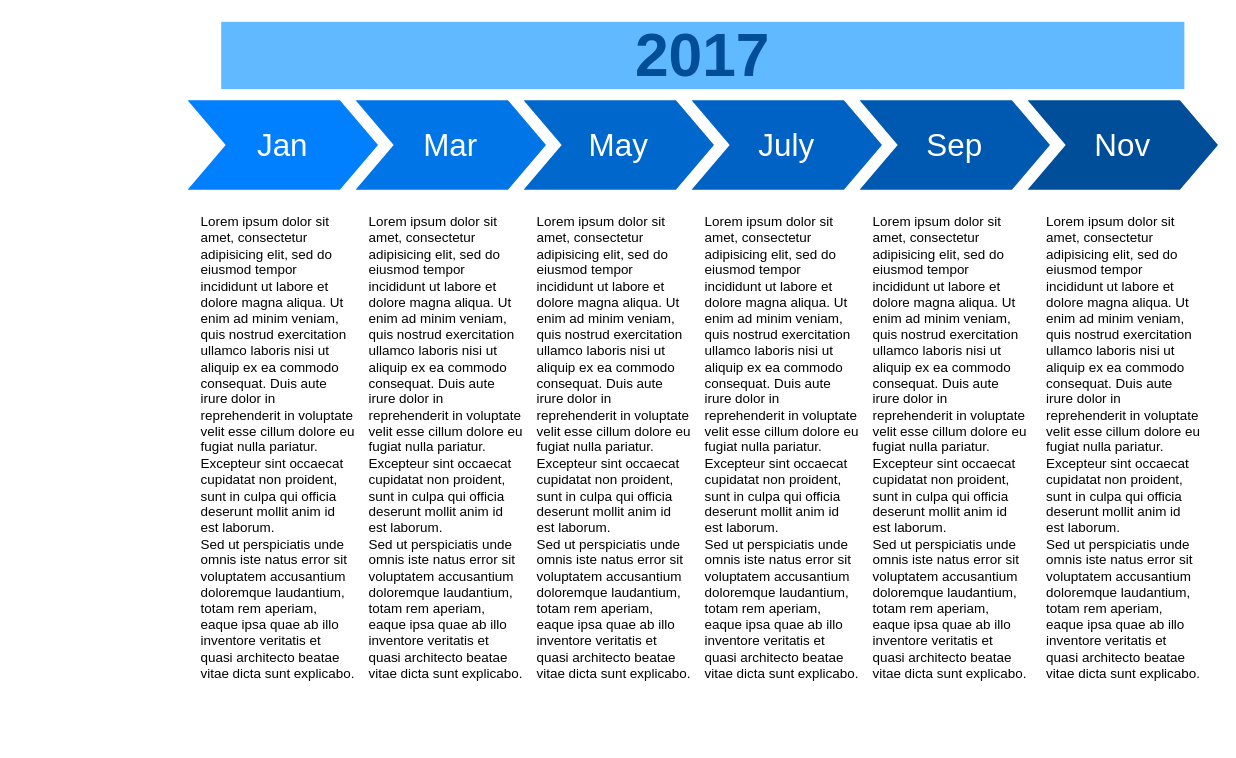
63isOK/conference_graph keeps this draw.io diagram as page "Page-1" (1 of 2) of graph/直播互动核心技术.drawio. Above is the earlier version. Source tidied: cells renumbered, new cells numbered last; positions are measured from the earlier drawing's top-left corner, leaving out a move shared by most shapes. Both pictures are drawn from the tidied source at 112%, with x=0, y=0 at pixel (187, 21).
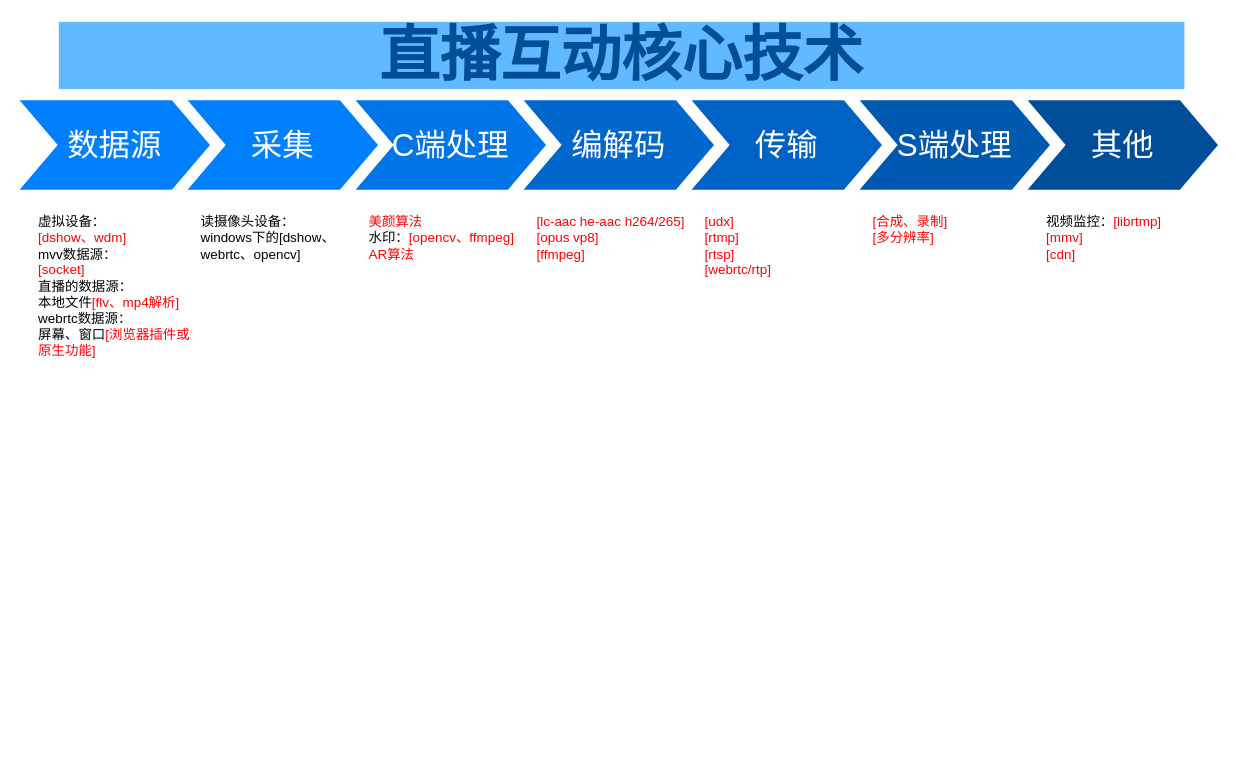
The same page after the edit.

Commit message:
更新直播互动核心技术.drawio

Change to the diagram source:
```diff
@@
 <mxGraphModel background="#ffffff">
   <root>
     <mxCell id="0" />
     <mxCell id="1" parent="0" />
-    <mxCell id="2" value="Jan" style="shape=step;whiteSpace=wrap;html=1;fontSize=28;fillColor=#0080FF;fontColor=#FFFFFF;strokeColor=none;" parent="1" vertex="1">
+    <mxCell id="2" value="采集" style="shape=step;whiteSpace=wrap;html=1;fontSize=28;fillColor=#0080FF;fontColor=#FFFFFF;strokeColor=none;" parent="1" vertex="1">
       <mxGeometry y="70" width="170" height="80" as="geometry" />
     </mxCell>
-    <mxCell id="3" value="Mar" style="shape=step;whiteSpace=wrap;html=1;fontSize=28;fillColor=#0075E8;fontColor=#FFFFFF;strokeColor=none;" parent="1" vertex="1">
+    <mxCell id="3" value="C端处理" style="shape=step;whiteSpace=wrap;html=1;fontSize=28;fillColor=#0075E8;fontColor=#FFFFFF;strokeColor=none;" parent="1" vertex="1">
       <mxGeometry x="150" y="70" width="170" height="80" as="geometry" />
     </mxCell>
-    <mxCell id="4" value="May" style="shape=step;whiteSpace=wrap;html=1;fontSize=28;fillColor=#0067CC;fontColor=#FFFFFF;strokeColor=none;" parent="1" vertex="1">
+    <mxCell id="4" value="编解码" style="shape=step;whiteSpace=wrap;html=1;fontSize=28;fillColor=#0067CC;fontColor=#FFFFFF;strokeColor=none;" parent="1" vertex="1">
       <mxGeometry x="300" y="70" width="170" height="80" as="geometry" />
     </mxCell>
-    <mxCell id="5" value="July" style="shape=step;whiteSpace=wrap;html=1;fontSize=28;fillColor=#0062C4;fontColor=#FFFFFF;strokeColor=none;" parent="1" vertex="1">
+    <mxCell id="5" value="传输" style="shape=step;whiteSpace=wrap;html=1;fontSize=28;fillColor=#0062C4;fontColor=#FFFFFF;strokeColor=none;" parent="1" vertex="1">
       <mxGeometry x="450" y="70" width="170" height="80" as="geometry" />
     </mxCell>
-    <mxCell id="6" value="Sep" style="shape=step;whiteSpace=wrap;html=1;fontSize=28;fillColor=#0059B0;fontColor=#FFFFFF;strokeColor=none;" parent="1" vertex="1">
+    <mxCell id="6" value="S端处理" style="shape=step;whiteSpace=wrap;html=1;fontSize=28;fillColor=#0059B0;fontColor=#FFFFFF;strokeColor=none;" parent="1" vertex="1">
       <mxGeometry x="600" y="70" width="170" height="80" as="geometry" />
     </mxCell>
-    <mxCell id="7" value="Nov" style="shape=step;whiteSpace=wrap;html=1;fontSize=28;fillColor=#004D99;fontColor=#FFFFFF;strokeColor=none;" parent="1" vertex="1">
+    <mxCell id="7" value="其他" style="shape=step;whiteSpace=wrap;html=1;fontSize=28;fillColor=#004D99;fontColor=#FFFFFF;strokeColor=none;" parent="1" vertex="1">
       <mxGeometry x="750" y="70" width="170" height="80" as="geometry" />
     </mxCell>
-    <mxCell id="8" value="2017" style="text;html=1;strokeColor=none;fillColor=#61BAFF;align=center;verticalAlign=middle;whiteSpace=wrap;fontSize=54;fontStyle=1;fontColor=#004D99;" parent="1" vertex="1">
-      <mxGeometry x="30" width="860" height="60" as="geometry" />
+    <mxCell id="8" value="&lt;span&gt;直播互动核心技术&lt;/span&gt;" style="text;html=1;strokeColor=none;fillColor=#61BAFF;align=center;verticalAlign=middle;whiteSpace=wrap;fontSize=54;fontStyle=1;fontColor=#004D99;" parent="1" vertex="1">
+      <mxGeometry x="-115" width="1005" height="60" as="geometry" />
     </mxCell>
-    <mxCell id="9" value="Lorem ipsum dolor sit amet, consectetur adipisicing elit, sed do eiusmod tempor incididunt ut labore et dolore magna aliqua. Ut enim ad minim veniam, quis nostrud exercitation ullamco laboris nisi ut aliquip ex ea commodo consequat. Duis aute irure dolor in reprehenderit in voluptate velit esse cillum dolore eu fugiat nulla pariatur. Excepteur sint occaecat cupidatat non proident, sunt in culpa qui officia deserunt mollit anim id est laborum.&lt;br&gt;Sed ut perspiciatis unde omnis iste natus error sit voluptatem accusantium doloremque laudantium, totam rem aperiam, eaque ipsa quae ab illo inventore veritatis et quasi architecto beatae vitae dicta sunt explicabo." style="text;spacingTop=-5;fillColor=#ffffff;whiteSpace=wrap;html=1;align=left;fontSize=12;fontFamily=Helvetica;fillColor=none;strokeColor=none;" parent="1" vertex="1">
-      <mxGeometry x="10" y="170" width="140" height="470" as="geometry" />
+    <mxCell id="9" value="读摄像头设备：&lt;br&gt;windows下的[dshow、webrtc、opencv]&lt;font color=&quot;#ff0000&quot;&gt;&lt;br&gt;&lt;/font&gt;&lt;font color=&quot;#ff0000&quot;&gt;&lt;br&gt;&lt;/font&gt;" style="text;spacingTop=-5;fillColor=#ffffff;whiteSpace=wrap;html=1;align=left;fontSize=12;fontFamily=Helvetica;fillColor=none;strokeColor=none;" parent="1" vertex="1">
+      <mxGeometry x="10" y="170" width="140" height="210" as="geometry" />
     </mxCell>
-    <mxCell id="10" value="Lorem ipsum dolor sit amet, consectetur adipisicing elit, sed do eiusmod tempor incididunt ut labore et dolore magna aliqua. Ut enim ad minim veniam, quis nostrud exercitation ullamco laboris nisi ut aliquip ex ea commodo consequat. Duis aute irure dolor in reprehenderit in voluptate velit esse cillum dolore eu fugiat nulla pariatur. Excepteur sint occaecat cupidatat non proident, sunt in culpa qui officia deserunt mollit anim id est laborum.&lt;br&gt;Sed ut perspiciatis unde omnis iste natus error sit voluptatem accusantium doloremque laudantium, totam rem aperiam, eaque ipsa quae ab illo inventore veritatis et quasi architecto beatae vitae dicta sunt explicabo." style="text;spacingTop=-5;fillColor=#ffffff;whiteSpace=wrap;html=1;align=left;fontSize=12;fontFamily=Helvetica;fillColor=none;strokeColor=none;" parent="1" vertex="1">
-      <mxGeometry x="160" y="170" width="140" height="470" as="geometry" />
+    <mxCell id="10" value="&lt;font color=&quot;#ff0000&quot;&gt;美颜算法&lt;/font&gt;&lt;br&gt;水印：&lt;font color=&quot;#ff0000&quot;&gt;[opencv、ffmpeg]&lt;/font&gt;&lt;br&gt;&lt;font color=&quot;#ff0000&quot;&gt;AR算法&lt;/font&gt;&lt;br&gt;&lt;br&gt;&lt;br&gt;&lt;br&gt;&lt;br&gt;&lt;br&gt;" style="text;spacingTop=-5;fillColor=#ffffff;whiteSpace=wrap;html=1;align=left;fontSize=12;fontFamily=Helvetica;fillColor=none;strokeColor=none;" parent="1" vertex="1">
+      <mxGeometry x="160" y="170" width="140" height="210" as="geometry" />
     </mxCell>
-    <mxCell id="11" value="Lorem ipsum dolor sit amet, consectetur adipisicing elit, sed do eiusmod tempor incididunt ut labore et dolore magna aliqua. Ut enim ad minim veniam, quis nostrud exercitation ullamco laboris nisi ut aliquip ex ea commodo consequat. Duis aute irure dolor in reprehenderit in voluptate velit esse cillum dolore eu fugiat nulla pariatur. Excepteur sint occaecat cupidatat non proident, sunt in culpa qui officia deserunt mollit anim id est laborum.&lt;br&gt;Sed ut perspiciatis unde omnis iste natus error sit voluptatem accusantium doloremque laudantium, totam rem aperiam, eaque ipsa quae ab illo inventore veritatis et quasi architecto beatae vitae dicta sunt explicabo." style="text;spacingTop=-5;fillColor=#ffffff;whiteSpace=wrap;html=1;align=left;fontSize=12;fontFamily=Helvetica;fillColor=none;strokeColor=none;" parent="1" vertex="1">
-      <mxGeometry x="310" y="170" width="140" height="470" as="geometry" />
+    <mxCell id="11" value="&lt;font color=&quot;#ff0000&quot;&gt;[lc-aac he-aac h264/265]&lt;br&gt;[opus vp8]&lt;br&gt;[ffmpeg]&lt;/font&gt;&lt;br&gt;" style="text;spacingTop=-5;fillColor=#ffffff;whiteSpace=wrap;html=1;align=left;fontSize=12;fontFamily=Helvetica;fillColor=none;strokeColor=none;" parent="1" vertex="1">
+      <mxGeometry x="310" y="170" width="140" height="210" as="geometry" />
     </mxCell>
-    <mxCell id="12" value="Lorem ipsum dolor sit amet, consectetur adipisicing elit, sed do eiusmod tempor incididunt ut labore et dolore magna aliqua. Ut enim ad minim veniam, quis nostrud exercitation ullamco laboris nisi ut aliquip ex ea commodo consequat. Duis aute irure dolor in reprehenderit in voluptate velit esse cillum dolore eu fugiat nulla pariatur. Excepteur sint occaecat cupidatat non proident, sunt in culpa qui officia deserunt mollit anim id est laborum.&lt;br&gt;Sed ut perspiciatis unde omnis iste natus error sit voluptatem accusantium doloremque laudantium, totam rem aperiam, eaque ipsa quae ab illo inventore veritatis et quasi architecto beatae vitae dicta sunt explicabo." style="text;spacingTop=-5;fillColor=#ffffff;whiteSpace=wrap;html=1;align=left;fontSize=12;fontFamily=Helvetica;fillColor=none;strokeColor=none;" parent="1" vertex="1">
-      <mxGeometry x="460" y="170" width="140" height="470" as="geometry" />
+    <mxCell id="12" value="&lt;font color=&quot;#ff0000&quot;&gt;[udx]&lt;br&gt;[rtmp]&lt;br&gt;[rtsp]&lt;br&gt;[webrtc/rtp]&lt;/font&gt;&lt;br&gt;" style="text;spacingTop=-5;fillColor=#ffffff;whiteSpace=wrap;html=1;align=left;fontSize=12;fontFamily=Helvetica;fillColor=none;strokeColor=none;" parent="1" vertex="1">
+      <mxGeometry x="460" y="170" width="140" height="210" as="geometry" />
     </mxCell>
-    <mxCell id="13" value="Lorem ipsum dolor sit amet, consectetur adipisicing elit, sed do eiusmod tempor incididunt ut labore et dolore magna aliqua. Ut enim ad minim veniam, quis nostrud exercitation ullamco laboris nisi ut aliquip ex ea commodo consequat. Duis aute irure dolor in reprehenderit in voluptate velit esse cillum dolore eu fugiat nulla pariatur. Excepteur sint occaecat cupidatat non proident, sunt in culpa qui officia deserunt mollit anim id est laborum.&lt;br&gt;Sed ut perspiciatis unde omnis iste natus error sit voluptatem accusantium doloremque laudantium, totam rem aperiam, eaque ipsa quae ab illo inventore veritatis et quasi architecto beatae vitae dicta sunt explicabo." style="text;spacingTop=-5;fillColor=#ffffff;whiteSpace=wrap;html=1;align=left;fontSize=12;fontFamily=Helvetica;fillColor=none;strokeColor=none;" parent="1" vertex="1">
-      <mxGeometry x="610" y="170" width="140" height="470" as="geometry" />
+    <mxCell id="13" value="&lt;font color=&quot;#ff0000&quot;&gt;[合成、录制]&lt;br&gt;[多分辨率]&lt;/font&gt;&lt;br&gt;" style="text;spacingTop=-5;fillColor=#ffffff;whiteSpace=wrap;html=1;align=left;fontSize=12;fontFamily=Helvetica;fillColor=none;strokeColor=none;" parent="1" vertex="1">
+      <mxGeometry x="610" y="170" width="140" height="210" as="geometry" />
     </mxCell>
-    <mxCell id="14" value="Lorem ipsum dolor sit amet, consectetur adipisicing elit, sed do eiusmod tempor incididunt ut labore et dolore magna aliqua. Ut enim ad minim veniam, quis nostrud exercitation ullamco laboris nisi ut aliquip ex ea commodo consequat. Duis aute irure dolor in reprehenderit in voluptate velit esse cillum dolore eu fugiat nulla pariatur. Excepteur sint occaecat cupidatat non proident, sunt in culpa qui officia deserunt mollit anim id est laborum.&lt;br&gt;Sed ut perspiciatis unde omnis iste natus error sit voluptatem accusantium doloremque laudantium, totam rem aperiam, eaque ipsa quae ab illo inventore veritatis et quasi architecto beatae vitae dicta sunt explicabo." style="text;spacingTop=-5;fillColor=#ffffff;whiteSpace=wrap;html=1;align=left;fontSize=12;fontFamily=Helvetica;fillColor=none;strokeColor=none;" parent="1" vertex="1">
-      <mxGeometry x="765" y="170" width="140" height="470" as="geometry" />
+    <mxCell id="14" value="视频监控：&lt;font color=&quot;#ff0000&quot;&gt;[librtmp]&lt;br&gt;[mmv]&lt;br&gt;[cdn]&lt;/font&gt;&lt;br&gt;" style="text;spacingTop=-5;fillColor=#ffffff;whiteSpace=wrap;html=1;align=left;fontSize=12;fontFamily=Helvetica;fillColor=none;strokeColor=none;" parent="1" vertex="1">
+      <mxGeometry x="765" y="170" width="140" height="210" as="geometry" />
     </mxCell>
+    <mxCell id="15" value="数据源" style="shape=step;whiteSpace=wrap;html=1;fontSize=28;fillColor=#0080FF;fontColor=#FFFFFF;strokeColor=none;" parent="1" vertex="1">
+      <mxGeometry x="-150" y="70" width="170" height="80" as="geometry" />
+    </mxCell>
+    <mxCell id="16" value="虚拟设备：&lt;br&gt;&lt;font color=&quot;#ff0000&quot;&gt;[dshow、wdm]&lt;/font&gt;&lt;br&gt;mvv数据源：&lt;br&gt;&lt;font color=&quot;#ff0000&quot;&gt;[socket]&lt;/font&gt;&lt;br&gt;直播的数据源：&lt;br&gt;本地文件&lt;font color=&quot;#ff0000&quot;&gt;[flv、mp4解析]&lt;/font&gt;&lt;br&gt;webrtc数据源：&lt;br&gt;屏幕、窗口&lt;font color=&quot;#ff0000&quot;&gt;[浏览器插件或原生功能]&lt;/font&gt;&lt;br&gt;&lt;br&gt;&lt;br&gt;" style="text;spacingTop=-5;fillColor=#ffffff;whiteSpace=wrap;html=1;align=left;fontSize=12;fontFamily=Helvetica;fillColor=none;strokeColor=none;" parent="1" vertex="1">
+      <mxGeometry x="-135" y="170" width="140" height="210" as="geometry" />
+    </mxCell>
   </root>
 </mxGraphModel>
```
